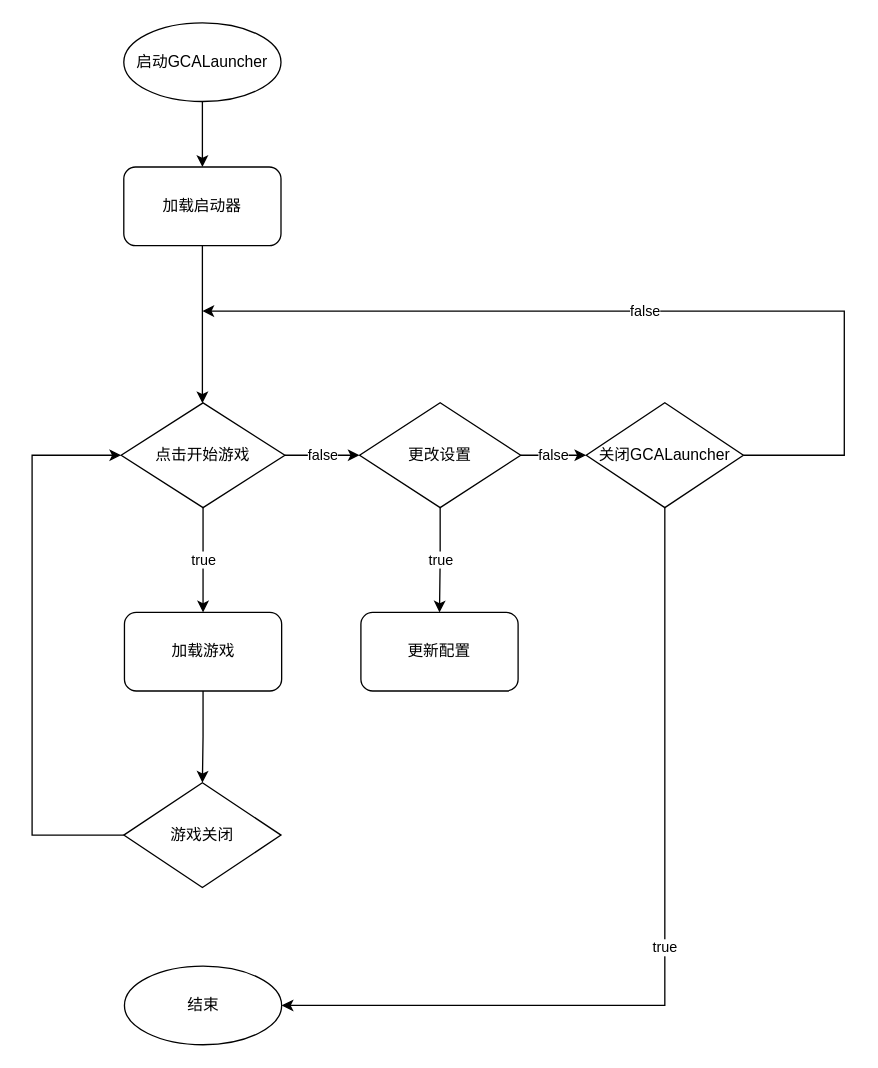
Above: GCA.drawio in wnmsteve/wnmsteve.github.io (draw.io), before the change. Source tidied: cells renumbered, new cells numbered last; positions are measured from the earlier drawing's top-left corner, leaving out a move shared by most shapes. Both pictures are drawn from the tidied source at 131%, with x=0, y=0 at pixel (31, 22).
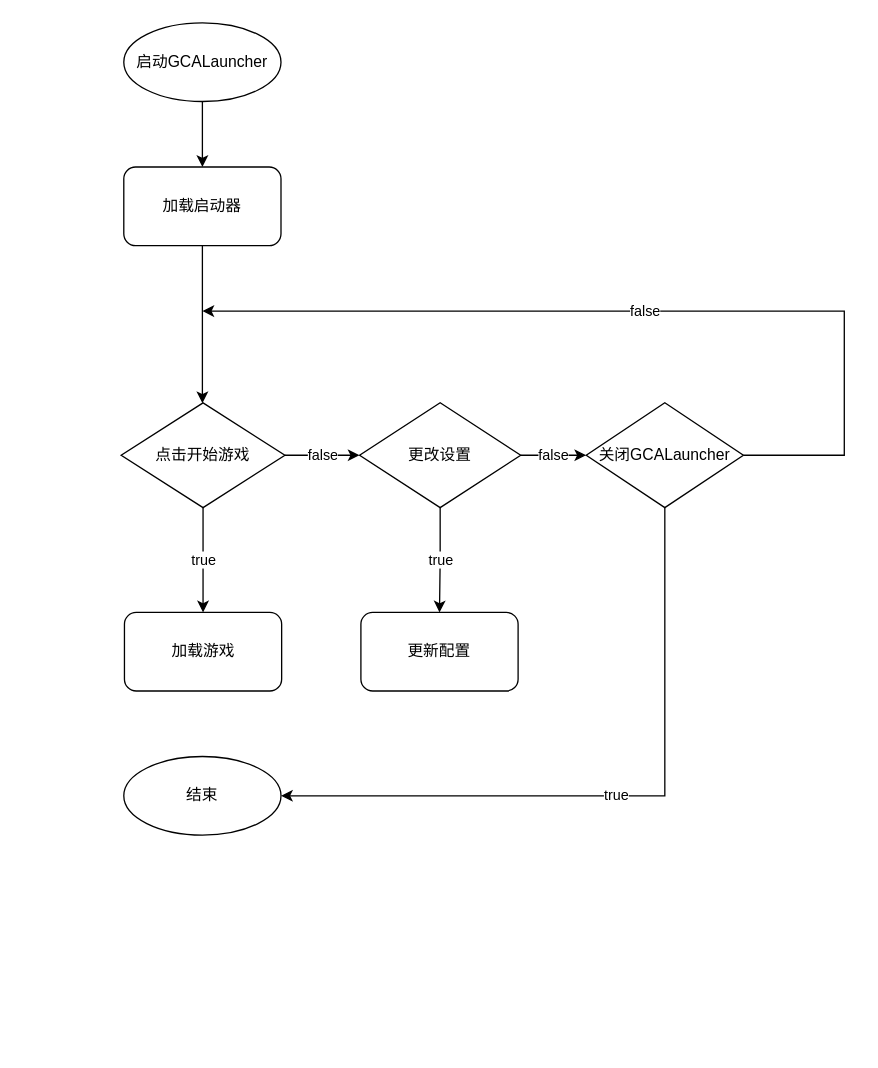
After the change.

Unchanged cells that the change refers to:
```xml
<mxCell id="8" value="点击开始游戏" style="rhombus;whiteSpace=wrap;html=1;" parent="1" vertex="1">
  <mxGeometry x="68" y="290" width="125" height="80" as="geometry" />
</mxCell>
<mxCell id="10" value="加载游戏" style="rounded=1;whiteSpace=wrap;html=1;" parent="1" vertex="1">
  <mxGeometry x="70.5" y="450" width="120" height="60" as="geometry" />
</mxCell>
<mxCell id="17" value="关闭GCALauncher" style="rhombus;whiteSpace=wrap;html=1;" parent="1" vertex="1">
  <mxGeometry x="423" y="290" width="120" height="80" as="geometry" />
</mxCell>
```

The edit, as a diff of the source:
```diff
@@
-    <mxCell id="9" style="edgeStyle=orthogonalEdgeStyle;rounded=0;jettySize=auto;html=1;" parent="1" edge="1" source="10" target="19">
-      <mxGeometry relative="1" as="geometry" />
-    </mxCell>
@@
     <mxCell id="16" value="true" style="edgeStyle=orthogonalEdgeStyle;rounded=0;jettySize=auto;html=1;" parent="1" edge="1" source="17" target="20">
       <mxGeometry relative="1" as="geometry">
         <Array as="points">
-          <mxPoint x="483" y="750" />
+          <mxPoint x="483" y="590" />
         </Array>
       </mxGeometry>
     </mxCell>
@@
-    <mxCell id="18" style="edgeStyle=orthogonalEdgeStyle;rounded=0;jettySize=auto;html=1;" parent="1" edge="1" source="19" target="8">
-      <mxGeometry relative="1" as="geometry">
-        <Array as="points">
-          <mxPoint y="620" />
-          <mxPoint y="330" />
-        </Array>
-      </mxGeometry>
-    </mxCell>
-    <mxCell id="19" value="游戏关闭" style="rhombus;whiteSpace=wrap;html=1;" parent="1" vertex="1">
-      <mxGeometry x="70" y="580" width="120" height="80" as="geometry" />
-    </mxCell>
     <mxCell id="20" value="结束" style="ellipse;whiteSpace=wrap;html=1;" parent="1" vertex="1">
-      <mxGeometry x="70.5" y="720" width="120" height="60" as="geometry" />
+      <mxGeometry x="70" y="560" width="120" height="60" as="geometry" />
     </mxCell>
```
